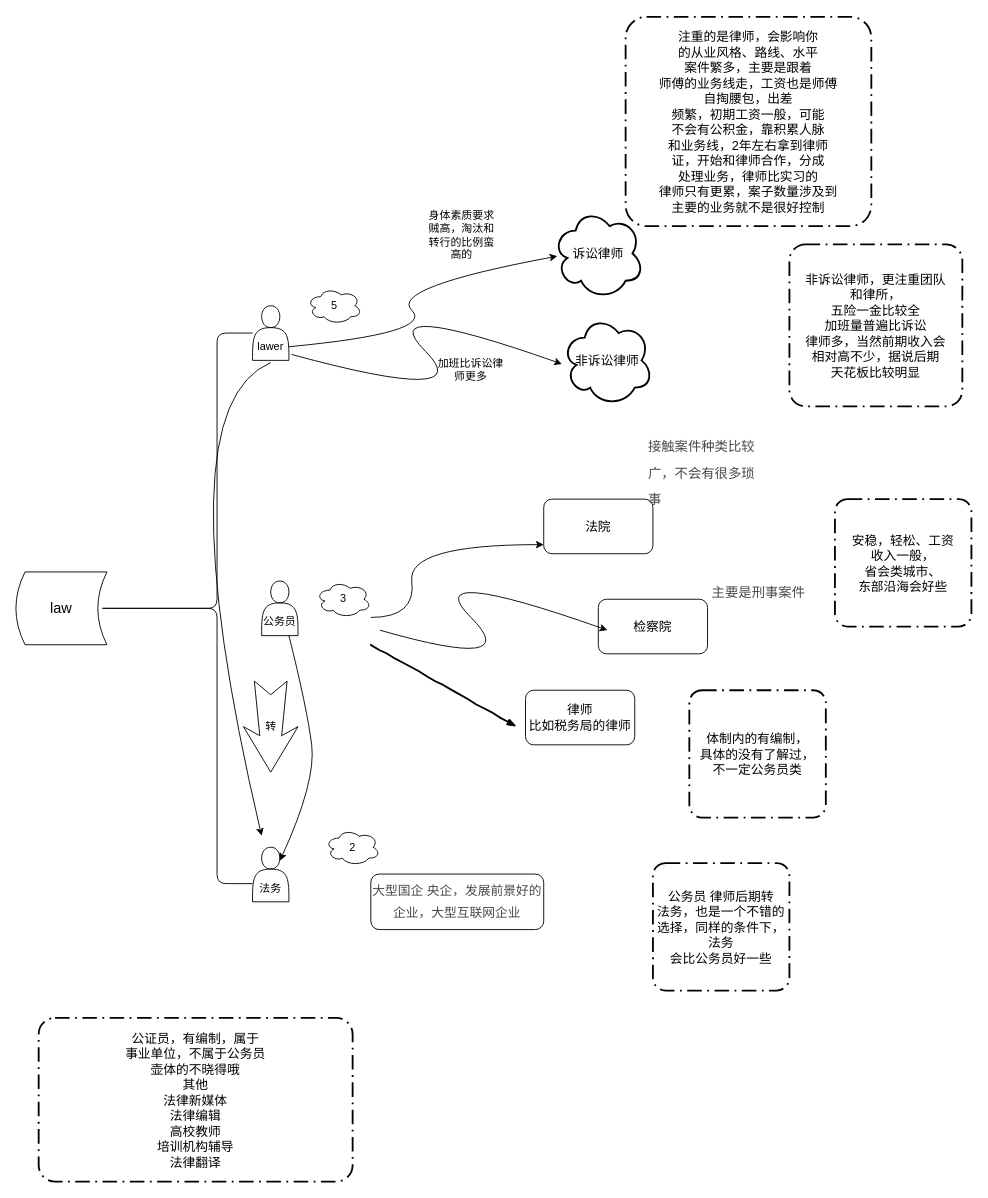
This is law.drawio from ricarduuu/draw, a draw.io file, before an edit. Source tidied: cells renumbered, new cells numbered last; positions are measured from the earlier drawing's top-left corner, leaving out a move shared by most shapes. Both pictures are drawn from the tidied source at 91%, with x=0, y=0 at pixel (15, 16).
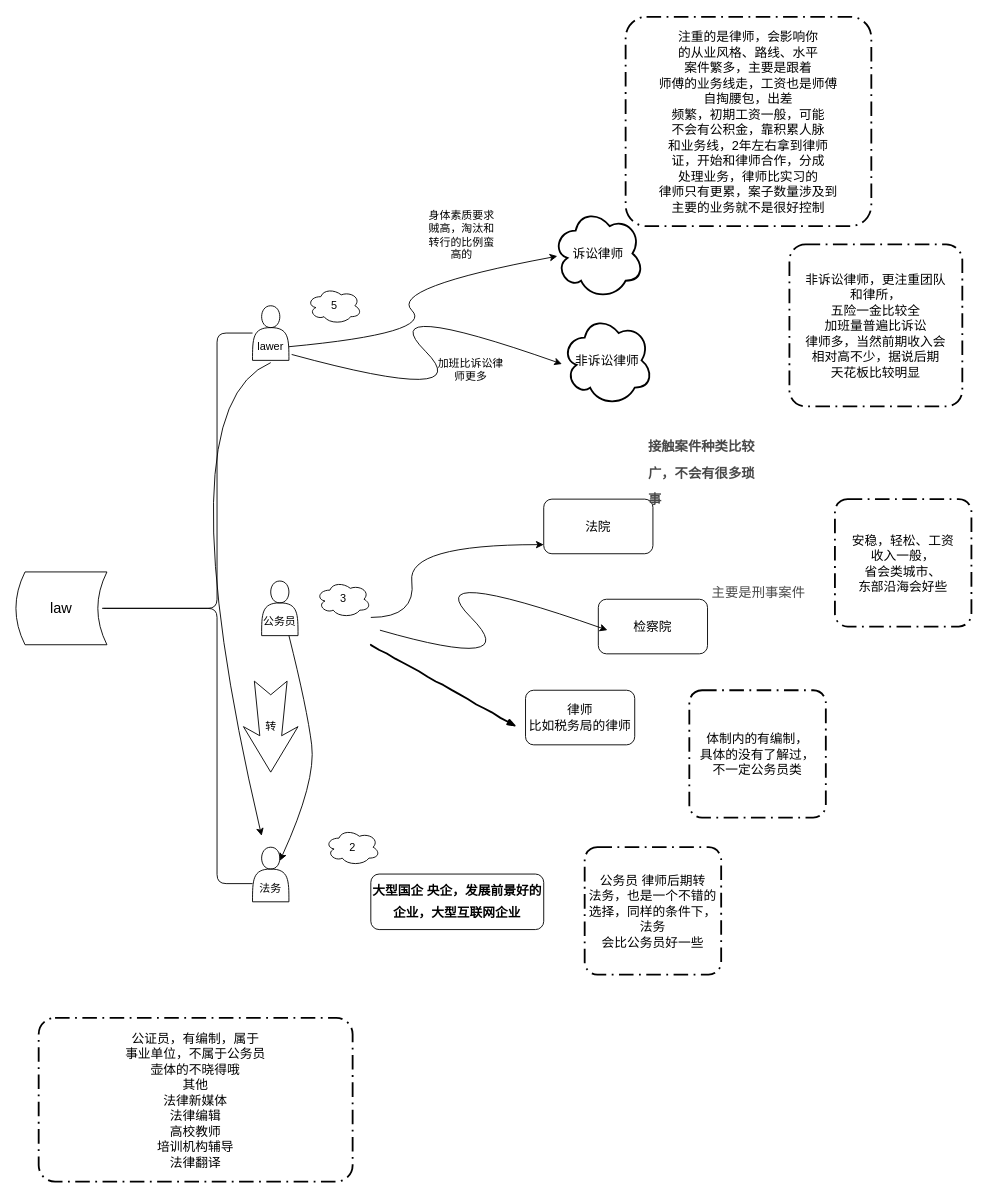
After the change.

The edit, as a diff of the source:
```diff
@@
-    <mxCell id="14" value="&lt;h1&gt;&lt;span style=&quot;color: rgb(73 , 73 , 73) ; font-size: 11pt ; font-weight: normal&quot;&gt;接触案件种类比较广，不会有很多琐事&lt;/span&gt;&lt;br&gt;&lt;/h1&gt;" style="text;html=1;strokeColor=none;fillColor=none;spacing=5;spacingTop=-20;whiteSpace=wrap;overflow=hidden;rounded=0;" parent="1" vertex="1">
+    <mxCell id="14" value="&lt;h1&gt;&lt;span style=&quot;color: rgb(73, 73, 73); font-size: 11pt;&quot;&gt;接触案件种类比较广，不会有很多琐事&lt;/span&gt;&lt;br&gt;&lt;/h1&gt;" style="text;html=1;strokeColor=none;fillColor=none;spacing=5;spacingTop=-20;whiteSpace=wrap;overflow=hidden;rounded=0;fontStyle=1;" parent="1" vertex="1">
       <mxGeometry x="690" y="450" width="130" height="98" as="geometry" />
     </mxCell>
@@
-    <mxCell id="28" value="&lt;span style=&quot;font-size: 14px;&quot;&gt;&lt;p class=&quot;ql-long-23941791&quot; style=&quot;line-height: 1.7; margin-bottom: 0pt; margin-top: 0pt; font-size: 14px; color: rgb(73, 73, 73);&quot;&gt;&lt;span class=&quot;ql-author-23941791&quot; style=&quot;font-size: 14px;&quot;&gt;大型国企 央企，发展前景好的企业，大型互联网企业&lt;/span&gt;&lt;/p&gt;&lt;/span&gt;" style="rounded=1;whiteSpace=wrap;html=1;fontSize=14;" parent="1" vertex="1">
+    <mxCell id="28" value="&lt;span style=&quot;font-size: 14px&quot;&gt;&lt;p class=&quot;ql-long-23941791&quot; style=&quot;line-height: 1.7 ; margin-bottom: 0pt ; margin-top: 0pt ; font-size: 14px&quot;&gt;&lt;span class=&quot;ql-author-23941791&quot; style=&quot;font-size: 14px&quot;&gt;大型国企 央企，发展前景好的企业，大型互联网企业&lt;/span&gt;&lt;/p&gt;&lt;/span&gt;" style="rounded=1;whiteSpace=wrap;html=1;fontSize=14;fontStyle=1;" parent="1" vertex="1">
       <mxGeometry x="390" y="942" width="190" height="61" as="geometry" />
     </mxCell>
@@
     <mxCell id="33" value="公务员 律师后期转&#10;法务，也是一个不错的&#10;选择，同样的条件下，&#10;法务&#10;会比公务员好一些" style="rounded=1;arcSize=10;dashed=1;strokeColor=#000000;fillColor=none;gradientColor=none;dashPattern=8 3 1 3;strokeWidth=2;fontSize=14;" parent="1" vertex="1">
-      <mxGeometry x="700" y="930" width="150" height="140" as="geometry" />
+      <mxGeometry x="625" y="912.5" width="150" height="140" as="geometry" />
     </mxCell>
```
